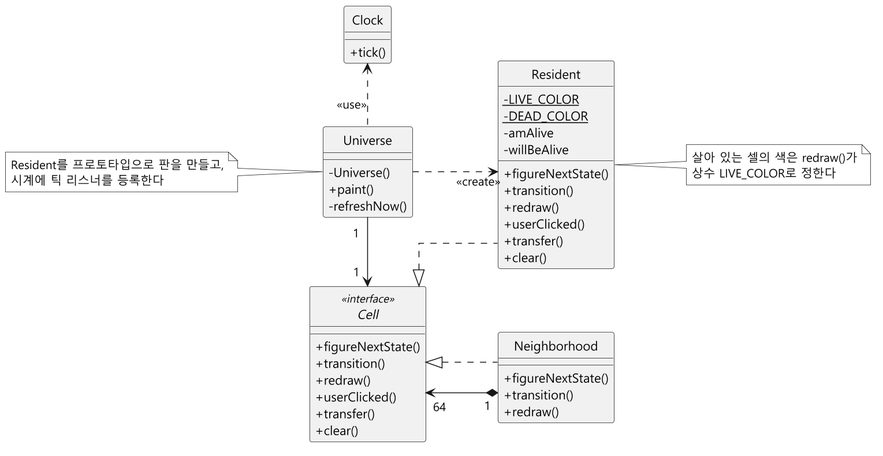
Before: docs/color-gen/diagrams/class-before.png, a diagram exported from PlantUML (mckimR1972/DP_team_project).
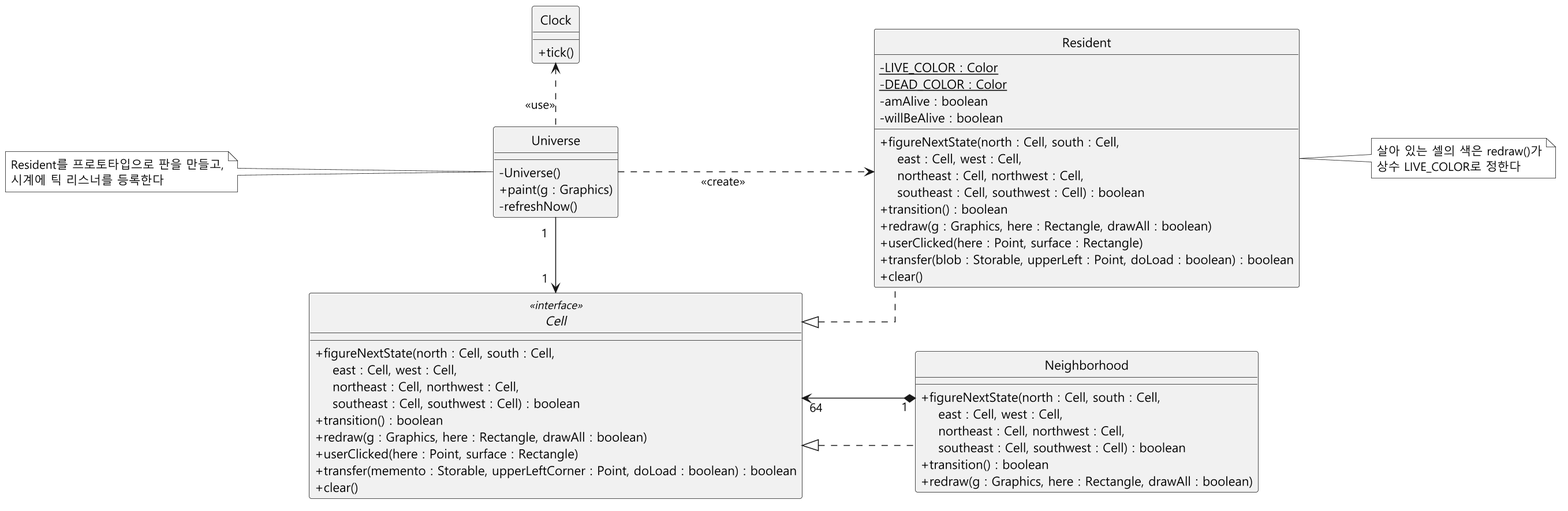
Above is the later version.

Commit message:
docs: 클래스 다이어그램 멤버에 타입과 다중성을 적고 원본 기준을 Holub 코드로 바꾸며 원본 시퀀스 다이어그램에 transition() 오류 노트를 더함

The edit, as a diff of the source:
```diff
@@ -11,36 +11,36 @@
 skinparam nodesep 70
 
 interface Cell <<interface>> {
-  + figureNextState()
-  + transition()
-  + redraw()
-  + userClicked()
-  + transfer()
+  + figureNextState(north : Cell, south : Cell,\n    east : Cell, west : Cell,\n    northeast : Cell, northwest : Cell,\n    southeast : Cell, southwest : Cell) : boolean
+  + transition() : boolean
+  + redraw(g : Graphics, here : Rectangle, drawAll : boolean)
+  + userClicked(here : Point, surface : Rectangle)
+  + transfer(memento : Storable, upperLeftCorner : Point, doLoad : boolean) : boolean
   + clear()
 }
 
 class Neighborhood {
-  + figureNextState()
-  + transition()
-  + redraw()
+  + figureNextState(north : Cell, south : Cell,\n    east : Cell, west : Cell,\n    northeast : Cell, northwest : Cell,\n    southeast : Cell, southwest : Cell) : boolean
+  + transition() : boolean
+  + redraw(g : Graphics, here : Rectangle, drawAll : boolean)
 }
 
 class Resident {
-  - {static} LIVE_COLOR
-  - {static} DEAD_COLOR
-  - amAlive
-  - willBeAlive
-  + figureNextState()
-  + transition()
-  + redraw()
-  + userClicked()
-  + transfer()
+  - {static} LIVE_COLOR : Color
+  - {static} DEAD_COLOR : Color
+  - amAlive : boolean
+  - willBeAlive : boolean
+  + figureNextState(north : Cell, south : Cell,\n    east : Cell, west : Cell,\n    northeast : Cell, northwest : Cell,\n    southeast : Cell, southwest : Cell) : boolean
+  + transition() : boolean
+  + redraw(g : Graphics, here : Rectangle, drawAll : boolean)
+  + userClicked(here : Point, surface : Rectangle)
+  + transfer(blob : Storable, upperLeft : Point, doLoad : boolean) : boolean
   + clear()
 }
 
 class Universe {
   - Universe()
-  + paint()
+  + paint(g : Graphics)
   - refreshNow()
 }
 
```
